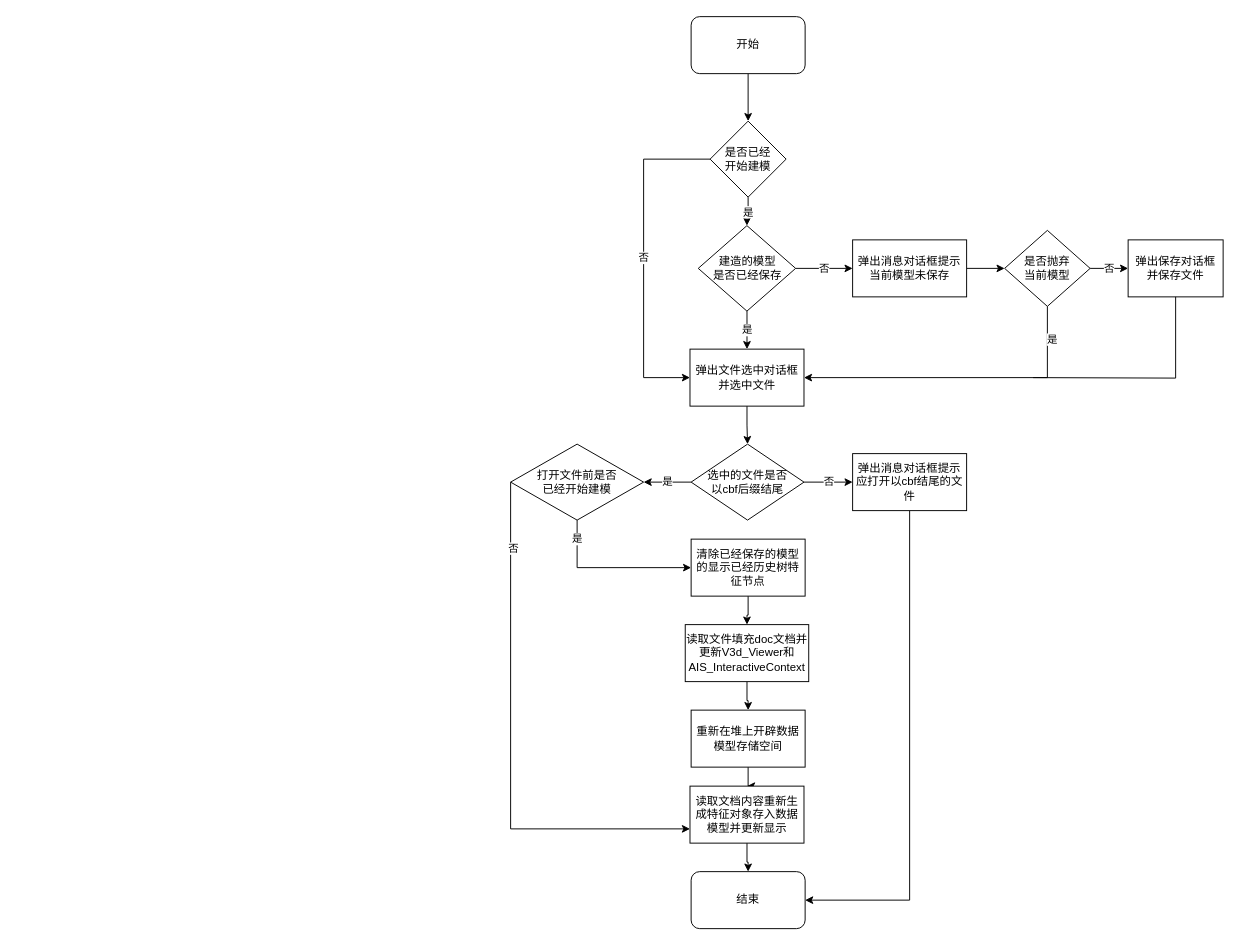
The draw.io diagram 文件存储和读取.drawio in liuhuliuhu123/First-test, before the edit. Source tidied: cells renumbered, new cells numbered last; positions are measured from the earlier drawing's top-left corner, leaving out a move shared by most shapes. Both pictures are drawn from the tidied source at 95%, with x=0, y=0 at pixel (510, 16).
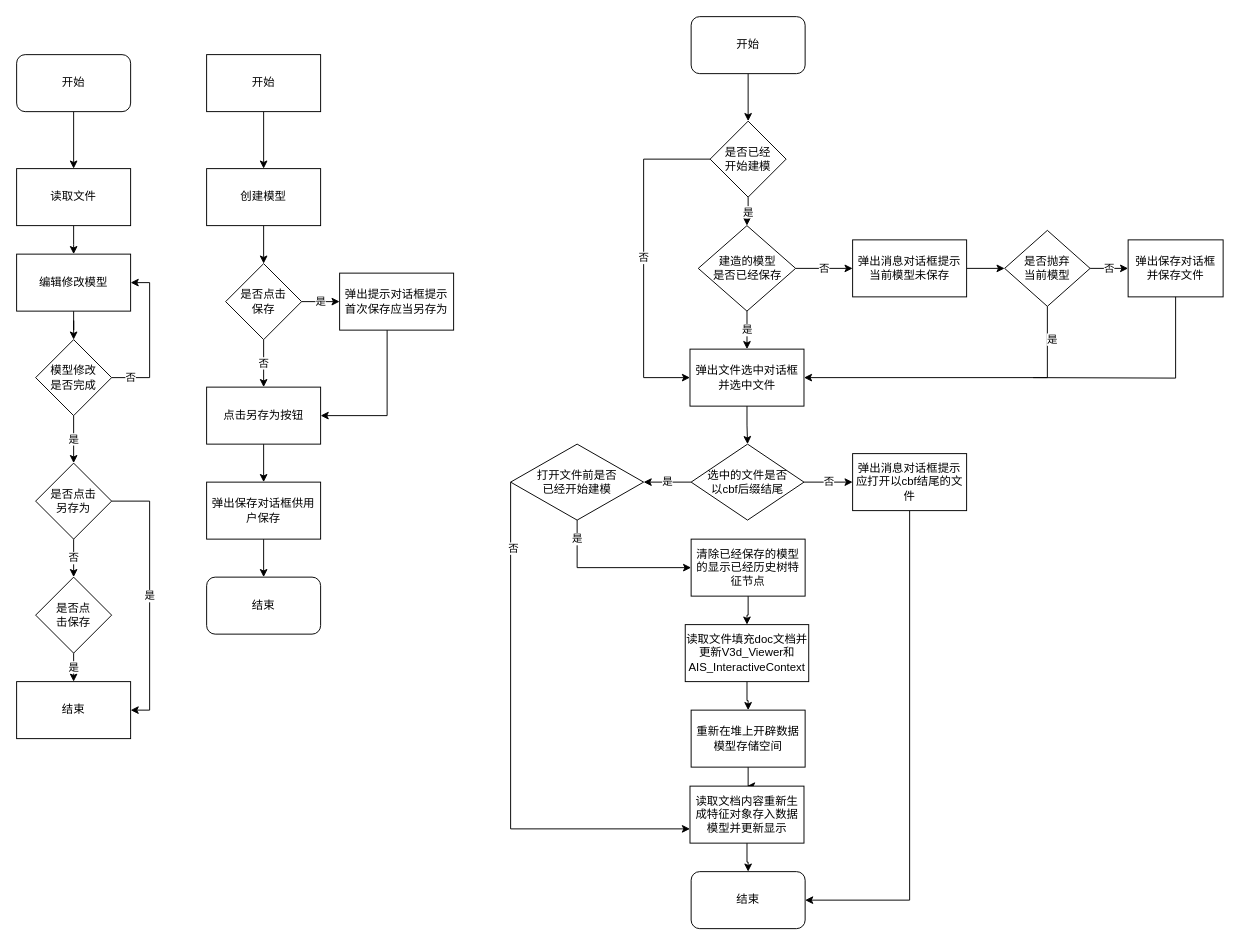
The same page after the edit.

Commit message:
更新文件存储和读取.drawio

The edit, as a diff of the source:
```diff
@@
+    <mxCell id="37" style="edgeStyle=orthogonalEdgeStyle;rounded=0;jettySize=auto;html=1;entryX=0.5;entryY=0;entryDx=0;entryDy=0;" parent="1" edge="1" source="38" target="40">
+      <mxGeometry relative="1" as="geometry" />
+    </mxCell>
+    <mxCell id="38" value="开始" style="rounded=1;whiteSpace=wrap;html=1;" parent="1" vertex="1">
+      <mxGeometry x="-520" y="40" width="120" height="60" as="geometry" />
+    </mxCell>
+    <mxCell id="39" style="edgeStyle=orthogonalEdgeStyle;rounded=0;jettySize=auto;html=1;" parent="1" edge="1" source="40">
+      <mxGeometry relative="1" as="geometry">
+        <mxPoint x="-460" y="250" as="targetPoint" />
+      </mxGeometry>
+    </mxCell>
+    <mxCell id="40" value="读取文件" style="rounded=0;whiteSpace=wrap;html=1;" parent="1" vertex="1">
+      <mxGeometry x="-520" y="160" width="120" height="60" as="geometry" />
+    </mxCell>
+    <mxCell id="41" value="否" style="edgeStyle=orthogonalEdgeStyle;rounded=0;jettySize=auto;html=1;entryX=1;entryY=0.5;entryDx=0;entryDy=0;" parent="1" edge="1" source="43" target="45">
+      <mxGeometry x="-0.75" relative="1" as="geometry">
+        <Array as="points">
+          <mxPoint x="-380" y="380" />
+          <mxPoint x="-380" y="280" />
+        </Array>
+      </mxGeometry>
+    </mxCell>
+    <mxCell id="42" value="是" style="edgeStyle=orthogonalEdgeStyle;rounded=0;jettySize=auto;html=1;" parent="1" edge="1" source="43">
+      <mxGeometry relative="1" as="geometry">
+        <mxPoint x="-460" y="470" as="targetPoint" />
+      </mxGeometry>
+    </mxCell>
+    <mxCell id="43" value="模型修改&lt;br&gt;是否完成" style="rhombus;whiteSpace=wrap;html=1;" parent="1" vertex="1">
+      <mxGeometry x="-500" y="340" width="80" height="80" as="geometry" />
+    </mxCell>
+    <mxCell id="44" style="edgeStyle=orthogonalEdgeStyle;rounded=0;jettySize=auto;html=1;entryX=0.5;entryY=0;entryDx=0;entryDy=0;" parent="1" edge="1" source="45" target="43">
+      <mxGeometry relative="1" as="geometry" />
+    </mxCell>
+    <mxCell id="45" value="编辑修改模型" style="rounded=0;whiteSpace=wrap;html=1;" parent="1" vertex="1">
+      <mxGeometry x="-520" y="250" width="120" height="60" as="geometry" />
+    </mxCell>
+    <mxCell id="46" value="否" style="edgeStyle=orthogonalEdgeStyle;rounded=0;jettySize=auto;html=1;" parent="1" edge="1" source="48">
+      <mxGeometry relative="1" as="geometry">
+        <mxPoint x="-460" y="590" as="targetPoint" />
+      </mxGeometry>
+    </mxCell>
+    <mxCell id="47" value="是" style="edgeStyle=orthogonalEdgeStyle;rounded=0;jettySize=auto;html=1;entryX=1;entryY=0.5;entryDx=0;entryDy=0;" parent="1" edge="1" source="48" target="51">
+      <mxGeometry relative="1" as="geometry">
+        <Array as="points">
+          <mxPoint x="-380" y="510" />
+          <mxPoint x="-380" y="730" />
+        </Array>
+      </mxGeometry>
+    </mxCell>
+    <mxCell id="48" value="是否点击&lt;br&gt;另存为" style="rhombus;whiteSpace=wrap;html=1;" parent="1" vertex="1">
+      <mxGeometry x="-500" y="470" width="80" height="80" as="geometry" />
+    </mxCell>
+    <mxCell id="49" value="是" style="edgeStyle=orthogonalEdgeStyle;rounded=0;jettySize=auto;html=1;entryX=0.5;entryY=0;entryDx=0;entryDy=0;" parent="1" edge="1" source="50" target="51">
+      <mxGeometry relative="1" as="geometry" />
+    </mxCell>
+    <mxCell id="50" value="是否点&lt;br&gt;击保存" style="rhombus;whiteSpace=wrap;html=1;" parent="1" vertex="1">
+      <mxGeometry x="-500" y="590" width="80" height="80" as="geometry" />
+    </mxCell>
+    <mxCell id="51" value="结束" style="rounded=0;whiteSpace=wrap;html=1;" parent="1" vertex="1">
+      <mxGeometry x="-520" y="700" width="120" height="60" as="geometry" />
+    </mxCell>
+    <mxCell id="52" style="edgeStyle=orthogonalEdgeStyle;rounded=0;jettySize=auto;html=1;entryX=0.5;entryY=0;entryDx=0;entryDy=0;" parent="1" edge="1" source="53" target="55">
+      <mxGeometry relative="1" as="geometry" />
+    </mxCell>
+    <mxCell id="53" value="开始" style="rounded=0;whiteSpace=wrap;html=1;" parent="1" vertex="1">
+      <mxGeometry x="-320" y="40" width="120" height="60" as="geometry" />
+    </mxCell>
+    <mxCell id="54" style="edgeStyle=orthogonalEdgeStyle;rounded=0;jettySize=auto;html=1;entryX=0.5;entryY=0;entryDx=0;entryDy=0;" parent="1" edge="1" source="55" target="58">
+      <mxGeometry relative="1" as="geometry" />
+    </mxCell>
+    <mxCell id="55" value="创建模型" style="rounded=0;whiteSpace=wrap;html=1;" parent="1" vertex="1">
+      <mxGeometry x="-320" y="160" width="120" height="60" as="geometry" />
+    </mxCell>
+    <mxCell id="56" value="是" style="edgeStyle=orthogonalEdgeStyle;rounded=0;jettySize=auto;html=1;entryX=0;entryY=0.5;entryDx=0;entryDy=0;" parent="1" edge="1" source="58" target="60">
+      <mxGeometry relative="1" as="geometry" />
+    </mxCell>
+    <mxCell id="57" value="否" style="edgeStyle=orthogonalEdgeStyle;rounded=0;jettySize=auto;html=1;" parent="1" edge="1" source="58">
+      <mxGeometry relative="1" as="geometry">
+        <mxPoint x="-260" y="390" as="targetPoint" />
+      </mxGeometry>
+    </mxCell>
+    <mxCell id="58" value="是否点击&lt;br&gt;保存" style="rhombus;whiteSpace=wrap;html=1;" parent="1" vertex="1">
+      <mxGeometry x="-300" y="260" width="80" height="80" as="geometry" />
+    </mxCell>
+    <mxCell id="59" style="edgeStyle=orthogonalEdgeStyle;rounded=0;jettySize=auto;html=1;entryX=1;entryY=0.5;entryDx=0;entryDy=0;" parent="1" edge="1" source="60" target="65">
+      <mxGeometry relative="1" as="geometry">
+        <Array as="points">
+          <mxPoint x="-130" y="420" />
+        </Array>
+      </mxGeometry>
+    </mxCell>
+    <mxCell id="60" value="弹出提示对话框提示首次保存应当另存为" style="rounded=0;whiteSpace=wrap;html=1;" parent="1" vertex="1">
+      <mxGeometry x="-180" y="270" width="120" height="60" as="geometry" />
+    </mxCell>
+    <mxCell id="61" style="edgeStyle=orthogonalEdgeStyle;rounded=0;jettySize=auto;html=1;entryX=0.5;entryY=0;entryDx=0;entryDy=0;exitX=0.5;exitY=1;exitDx=0;exitDy=0;" parent="1" edge="1" source="65" target="63">
+      <mxGeometry relative="1" as="geometry" />
+    </mxCell>
+    <mxCell id="62" style="edgeStyle=orthogonalEdgeStyle;rounded=0;jettySize=auto;html=1;entryX=0.5;entryY=0;entryDx=0;entryDy=0;" parent="1" edge="1" source="63" target="64">
+      <mxGeometry relative="1" as="geometry" />
+    </mxCell>
+    <mxCell id="63" value="弹出保存对话框供用户保存" style="rounded=0;whiteSpace=wrap;html=1;" parent="1" vertex="1">
+      <mxGeometry x="-320" y="490" width="120" height="60" as="geometry" />
+    </mxCell>
+    <mxCell id="64" value="结束" style="rounded=1;whiteSpace=wrap;html=1;" parent="1" vertex="1">
+      <mxGeometry x="-320" y="590" width="120" height="60" as="geometry" />
+    </mxCell>
+    <mxCell id="65" value="点击另存为按钮" style="rounded=0;whiteSpace=wrap;html=1;" parent="1" vertex="1">
+      <mxGeometry x="-320" y="390" width="120" height="60" as="geometry" />
+    </mxCell>
```
